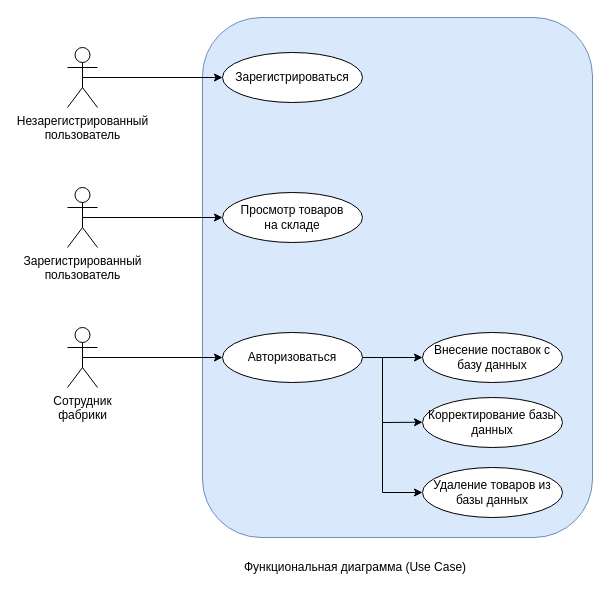
Before: ФД V2.0.drawio in marsek4/ssp, a draw.io diagram. Source tidied: cells renumbered, new cells numbered last; positions are measured from the earlier drawing's top-left corner, leaving out a move shared by most shapes. Both pictures are drawn from the tidied source at 100%, with x=0, y=0 at pixel (67, 17).
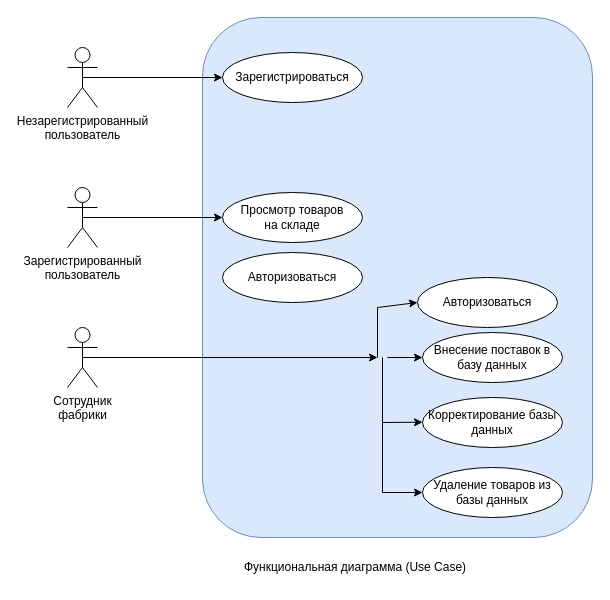
The same diagram, later.

The change refers to these unchanged cells:
```xml
<mxCell id="8" value="Сотрудник&lt;br&gt;фабрики" style="shape=umlActor;verticalLabelPosition=bottom;verticalAlign=top;html=1;outlineConnect=0;" parent="1" vertex="1">
  <mxGeometry y="310" width="30" height="60" as="geometry" />
</mxCell>
```

The edit, as a diff of the source:
```diff
@@
     <mxCell id="9" value="Авторизоваться" style="ellipse;whiteSpace=wrap;html=1;" parent="1" vertex="1">
-      <mxGeometry x="155" y="315" width="140" height="50" as="geometry" />
+      <mxGeometry x="350" y="260" width="140" height="50" as="geometry" />
     </mxCell>
-    <mxCell id="10" value="Внесение поставок с базу данных" style="ellipse;whiteSpace=wrap;html=1;" parent="1" vertex="1">
+    <mxCell id="10" value="Внесение поставок в базу данных" style="ellipse;whiteSpace=wrap;html=1;" parent="1" vertex="1">
       <mxGeometry x="355" y="315" width="140" height="50" as="geometry" />
     </mxCell>
@@
-    <mxCell id="15" style="endArrow=classic;html=1;rounded=0;exitX=0.5;exitY=0.5;exitDx=0;exitDy=0;exitPerimeter=0;entryX=0;entryY=0.5;entryDx=0;entryDy=0;" parent="1" edge="1" source="8" target="9">
-      <mxGeometry relative="1" as="geometry" />
+    <mxCell id="15" style="endArrow=classic;html=1;rounded=0;exitX=0.5;exitY=0.5;exitDx=0;exitDy=0;exitPerimeter=0;" parent="1" edge="1" source="8">
+      <mxGeometry relative="1" as="geometry">
+        <mxPoint x="310" y="340" as="targetPoint" />
+      </mxGeometry>
     </mxCell>
-    <mxCell id="16" style="endArrow=classic;html=1;rounded=0;exitX=1;exitY=0.5;exitDx=0;exitDy=0;entryX=0;entryY=0.5;entryDx=0;entryDy=0;" parent="1" edge="1" source="9" target="10">
-      <mxGeometry relative="1" as="geometry" />
+    <mxCell id="16" style="endArrow=classic;html=1;rounded=0;entryX=0;entryY=0.5;entryDx=0;entryDy=0;" parent="1" edge="1" target="10">
+      <mxGeometry relative="1" as="geometry">
+        <mxPoint x="320" y="340" as="sourcePoint" />
+      </mxGeometry>
     </mxCell>
@@
+    <mxCell id="19" value="Авторизоваться" style="ellipse;whiteSpace=wrap;html=1;" parent="1" vertex="1">
+      <mxGeometry x="155" y="235" width="140" height="50" as="geometry" />
+    </mxCell>
+    <mxCell id="20" style="endArrow=classic;html=1;rounded=0;entryX=0;entryY=0.5;entryDx=0;entryDy=0;" parent="1" edge="1" target="9">
+      <mxGeometry relative="1" as="geometry">
+        <mxPoint x="310" y="340" as="sourcePoint" />
+        <Array as="points">
+          <mxPoint x="310" y="290" />
+        </Array>
+      </mxGeometry>
+    </mxCell>
```
